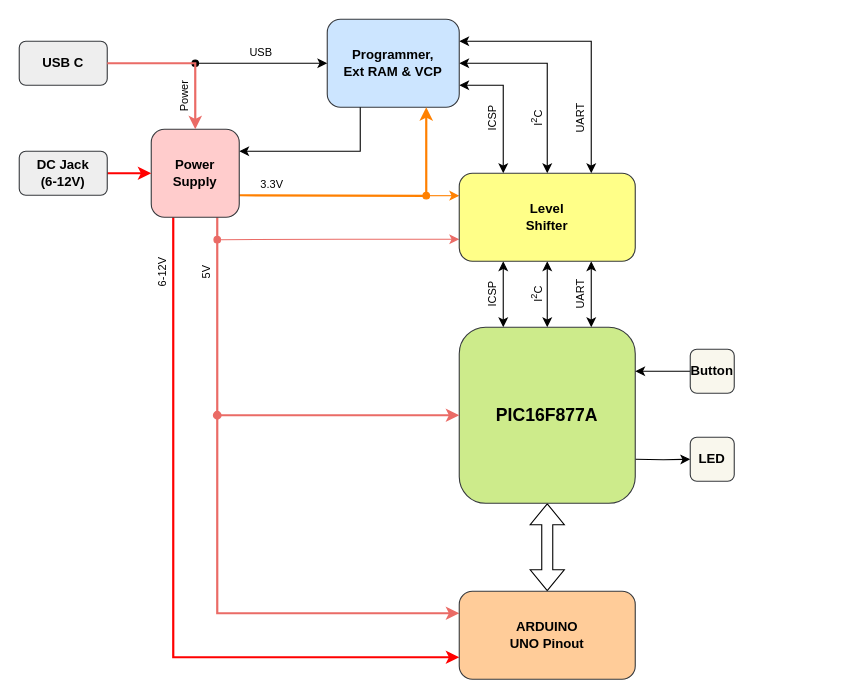
The draw.io diagram Docs/Diagram.drawio in sampidevkit/PIC16FDevKit, before the edit. Source tidied: cells renumbered, new cells numbered last; positions are measured from the earlier drawing's top-left corner, leaving out a move shared by most shapes. Both pictures are drawn from the tidied source at 110%, with x=0, y=0 at pixel (19, 19).
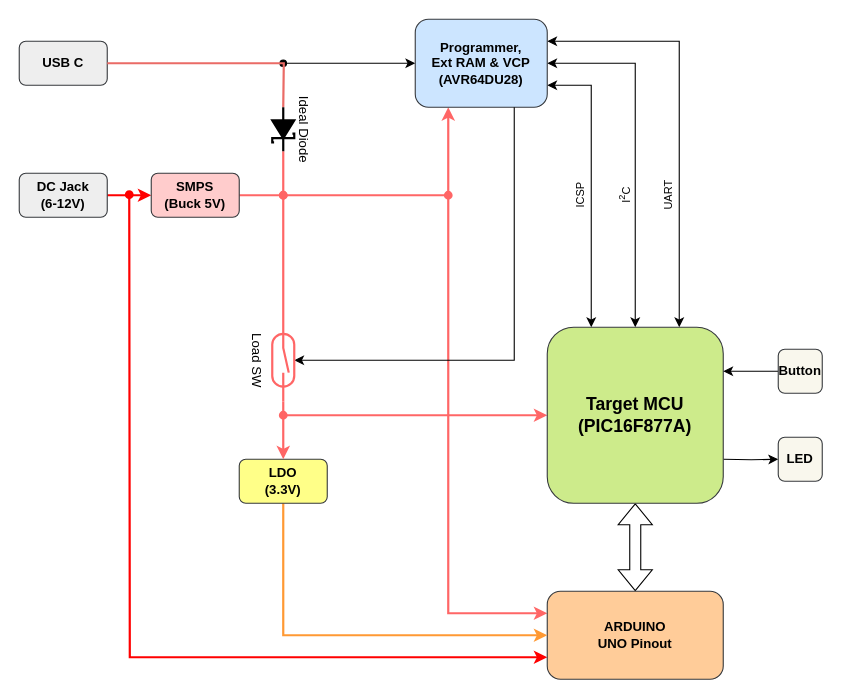
Above is the later version.

The change refers to these unchanged cells:
```xml
<mxCell id="2" value="USB C" style="rounded=1;whiteSpace=wrap;html=1;fontStyle=1;fillColor=#eeeeee;strokeColor=#36393d;" parent="1" vertex="1">
  <mxGeometry y="20" width="80" height="40" as="geometry" />
</mxCell>
```

Diff of the diagram source:
```diff
@@
-    <mxCell id="3" style="edgeStyle=orthogonalEdgeStyle;rounded=0;jettySize=auto;html=1;exitX=1;exitY=0.25;exitDx=0;exitDy=0;entryX=0;entryY=0.25;entryDx=0;entryDy=0;startArrow=classic;startFill=1;" parent="1" edge="1" source="6" target="12">
+    <mxCell id="3" style="edgeStyle=orthogonalEdgeStyle;rounded=0;jettySize=auto;html=1;exitX=1;exitY=0.25;exitDx=0;exitDy=0;entryX=0.75;entryY=0;entryDx=0;entryDy=0;startArrow=classic;startFill=1;" parent="1" edge="1" source="6" target="15">
       <mxGeometry relative="1" as="geometry" />
     </mxCell>
-    <mxCell id="4" style="edgeStyle=orthogonalEdgeStyle;rounded=0;jettySize=auto;html=1;exitX=1;exitY=0.5;exitDx=0;exitDy=0;entryX=0;entryY=0.5;entryDx=0;entryDy=0;startArrow=classic;startFill=1;" parent="1" edge="1" source="6" target="12">
+    <mxCell id="4" style="edgeStyle=orthogonalEdgeStyle;rounded=0;jettySize=auto;html=1;exitX=1;exitY=0.5;exitDx=0;exitDy=0;entryX=0.5;entryY=0;entryDx=0;entryDy=0;startArrow=classic;startFill=1;" parent="1" edge="1" source="6" target="15">
       <mxGeometry relative="1" as="geometry" />
     </mxCell>
-    <mxCell id="5" style="edgeStyle=orthogonalEdgeStyle;rounded=0;jettySize=auto;html=1;exitX=1;exitY=0.75;exitDx=0;exitDy=0;entryX=0;entryY=0.75;entryDx=0;entryDy=0;startArrow=classic;startFill=1;" parent="1" edge="1" source="6" target="12">
+    <mxCell id="5" style="edgeStyle=orthogonalEdgeStyle;rounded=0;jettySize=auto;html=1;exitX=1;exitY=0.75;exitDx=0;exitDy=0;entryX=0.25;entryY=0;entryDx=0;entryDy=0;startArrow=classic;startFill=1;" parent="1" edge="1" source="6" target="15">
       <mxGeometry relative="1" as="geometry" />
     </mxCell>
+    <mxCell id="41" style="edgeStyle=orthogonalEdgeStyle;rounded=0;jettySize=auto;html=1;endArrow=oval;endFill=1;startArrow=classic;startFill=1;" parent="1" edge="1" source="6">
+      <mxGeometry relative="1" as="geometry">
+        <mxPoint x="240" y="40" as="targetPoint" />
+      </mxGeometry>
+    </mxCell>
+    <mxCell id="42" style="edgeStyle=orthogonalEdgeStyle;rounded=0;jettySize=auto;html=1;exitX=0.25;exitY=1;exitDx=0;exitDy=0;endArrow=oval;endFill=1;startArrow=classic;startFill=1;strokeWidth=2;strokeColor=#FF6666;" parent="1" edge="1" source="6">
+      <mxGeometry relative="1" as="geometry">
+        <mxPoint x="240" y="160" as="targetPoint" />
+        <Array as="points">
+          <mxPoint x="390" y="160" />
+        </Array>
+      </mxGeometry>
+    </mxCell>
-    <mxCell id="6" value="&lt;div&gt;Programmer,&lt;/div&gt;&lt;div&gt;&lt;span style=&quot;background-color: initial;&quot;&gt;Ext RAM &amp;amp; VCP&lt;/span&gt;&lt;/div&gt;" style="rounded=1;whiteSpace=wrap;html=1;fontStyle=1;fillColor=#cce5ff;strokeColor=#36393d;" parent="1" vertex="1">
-      <mxGeometry x="280" width="120" height="80" as="geometry" />
+    <mxCell id="6" value="&lt;div&gt;Programmer,&lt;/div&gt;&lt;div&gt;&lt;span style=&quot;background-color: initial;&quot;&gt;Ext RAM &amp;amp; VCP&lt;/span&gt;&lt;/div&gt;&lt;div&gt;&lt;span style=&quot;background-color: initial;&quot;&gt;(AVR64DU28)&lt;/span&gt;&lt;/div&gt;" style="rounded=1;whiteSpace=wrap;html=1;fontStyle=1;fillColor=#cce5ff;strokeColor=#36393d;" parent="1" vertex="1">
+      <mxGeometry x="360" width="120" height="80" as="geometry" />
     </mxCell>
-    <mxCell id="7" style="edgeStyle=orthogonalEdgeStyle;rounded=0;jettySize=auto;html=1;exitX=1;exitY=0.75;exitDx=0;exitDy=0;entryX=0.25;entryY=0;entryDx=0;entryDy=0;startArrow=classic;startFill=1;" parent="1" edge="1" source="12" target="15">
-      <mxGeometry relative="1" as="geometry" />
-    </mxCell>
-    <mxCell id="8" style="edgeStyle=orthogonalEdgeStyle;rounded=0;jettySize=auto;html=1;entryX=0.5;entryY=0;entryDx=0;entryDy=0;startArrow=classic;startFill=1;" parent="1" edge="1" source="12" target="15">
-      <mxGeometry relative="1" as="geometry" />
-    </mxCell>
-    <mxCell id="9" style="edgeStyle=orthogonalEdgeStyle;rounded=0;jettySize=auto;html=1;exitX=1;exitY=0.25;exitDx=0;exitDy=0;entryX=0.75;entryY=0;entryDx=0;entryDy=0;startArrow=classic;startFill=1;" parent="1" edge="1" source="12" target="15">
-      <mxGeometry relative="1" as="geometry" />
-    </mxCell>
-    <mxCell id="10" style="edgeStyle=orthogonalEdgeStyle;rounded=0;jettySize=auto;html=1;exitX=0.25;exitY=1;exitDx=0;exitDy=0;entryX=0.25;entryY=1;entryDx=0;entryDy=0;strokeColor=#FF8000;startArrow=oval;startFill=1;" parent="1" edge="1" target="12">
-      <mxGeometry relative="1" as="geometry">
-        <mxPoint x="370" y="160.4" as="sourcePoint" />
-      </mxGeometry>
-    </mxCell>
-    <mxCell id="11" style="edgeStyle=orthogonalEdgeStyle;rounded=0;jettySize=auto;html=1;exitX=0.75;exitY=1;exitDx=0;exitDy=0;endArrow=oval;endFill=1;startArrow=classic;startFill=1;strokeColor=#EA6B66;" parent="1" edge="1" source="12">
-      <mxGeometry relative="1" as="geometry">
-        <mxPoint x="180" y="200.4" as="targetPoint" />
-      </mxGeometry>
-    </mxCell>
-    <mxCell id="12" value="&lt;div&gt;Level&lt;/div&gt;&lt;div&gt;Shifter&lt;/div&gt;" style="rounded=1;whiteSpace=wrap;html=1;direction=south;fontStyle=1;fillColor=#ffff88;strokeColor=#36393d;" parent="1" vertex="1">
-      <mxGeometry x="400" y="140" width="160" height="80" as="geometry" />
-    </mxCell>
     <mxCell id="13" style="edgeStyle=orthogonalEdgeStyle;rounded=0;jettySize=auto;html=1;exitX=1;exitY=0.75;exitDx=0;exitDy=0;entryX=0;entryY=0.5;entryDx=0;entryDy=0;" parent="1" edge="1" target="19">
       <mxGeometry relative="1" as="geometry">
-        <mxPoint x="560" y="400" as="sourcePoint" />
+        <mxPoint x="640" y="400" as="sourcePoint" />
       </mxGeometry>
     </mxCell>
@@
+    <mxCell id="43" style="edgeStyle=orthogonalEdgeStyle;rounded=0;jettySize=auto;html=1;strokeWidth=2;endArrow=oval;endFill=1;startArrow=classic;startFill=1;strokeColor=#FF6666;" parent="1" edge="1" source="15">
+      <mxGeometry relative="1" as="geometry">
+        <mxPoint x="240" y="360" as="targetPoint" />
+      </mxGeometry>
+    </mxCell>
-    <mxCell id="15" value="&lt;div&gt;&lt;font style=&quot;font-size: 16px;&quot;&gt;PIC16F877A&lt;/font&gt;&lt;/div&gt;" style="rounded=1;whiteSpace=wrap;html=1;fontStyle=1;fillColor=#cdeb8b;strokeColor=#36393d;" parent="1" vertex="1">
-      <mxGeometry x="400" y="280" width="160" height="160" as="geometry" />
+    <mxCell id="15" value="&lt;div&gt;&lt;font style=&quot;font-size: 16px;&quot;&gt;Target MCU&lt;/font&gt;&lt;/div&gt;&lt;div&gt;&lt;font style=&quot;font-size: 16px;&quot;&gt;(PIC16F877A)&lt;/font&gt;&lt;/div&gt;" style="rounded=1;whiteSpace=wrap;html=1;fontStyle=1;fillColor=#cdeb8b;strokeColor=#36393d;" parent="1" vertex="1">
+      <mxGeometry x="480" y="280" width="160" height="160" as="geometry" />
     </mxCell>
-    <mxCell id="16" style="edgeStyle=orthogonalEdgeStyle;rounded=0;jettySize=auto;html=1;entryX=0;entryY=0.25;entryDx=0;entryDy=0;startArrow=oval;startFill=1;strokeWidth=2;strokeColor=#EA6B66;" parent="1" edge="1" target="18">
-      <mxGeometry relative="1" as="geometry">
-        <mxPoint x="180" y="360" as="sourcePoint" />
-        <Array as="points">
-          <mxPoint x="180" y="540" />
-        </Array>
-      </mxGeometry>
-    </mxCell>
-    <mxCell id="17" style="edgeStyle=orthogonalEdgeStyle;rounded=0;jettySize=auto;html=1;exitX=0.25;exitY=1;exitDx=0;exitDy=0;entryX=0;entryY=0.75;entryDx=0;entryDy=0;strokeWidth=2;strokeColor=#FF0000;" parent="1" edge="1" source="26" target="18">
-      <mxGeometry relative="1" as="geometry" />
-    </mxCell>
+    <mxCell id="44" style="edgeStyle=orthogonalEdgeStyle;rounded=0;jettySize=auto;html=1;endArrow=oval;startFill=1;startArrow=classic;endFill=1;exitX=0;exitY=0.25;exitDx=0;exitDy=0;strokeWidth=2;strokeColor=#FF6666;" parent="1" edge="1" source="18">
+      <mxGeometry relative="1" as="geometry">
+        <mxPoint x="390" y="160" as="targetPoint" />
+        <Array as="points">
+          <mxPoint x="390" y="540" />
+        </Array>
+      </mxGeometry>
+    </mxCell>
+    <mxCell id="45" style="edgeStyle=orthogonalEdgeStyle;rounded=0;jettySize=auto;html=1;exitX=0;exitY=0.75;exitDx=0;exitDy=0;endArrow=oval;endFill=1;startArrow=classic;startFill=1;strokeWidth=2;strokeColor=#FF0000;" parent="1" edge="1" source="18">
+      <mxGeometry relative="1" as="geometry">
+        <mxPoint x="100" y="159.5" as="targetPoint" />
+      </mxGeometry>
+    </mxCell>
     <mxCell id="18" value="&lt;div&gt;ARDUINO&lt;/div&gt;&lt;div&gt;UNO Pinout&lt;/div&gt;" style="rounded=1;whiteSpace=wrap;html=1;fontStyle=1;fillColor=#ffcc99;strokeColor=#36393d;" parent="1" vertex="1">
-      <mxGeometry x="400" y="520" width="160" height="80" as="geometry" />
+      <mxGeometry x="480" y="520" width="160" height="80" as="geometry" />
     </mxCell>
     <mxCell id="19" value="&lt;div&gt;LED&lt;/div&gt;" style="rounded=1;whiteSpace=wrap;html=1;fontStyle=1;fillColor=#f9f7ed;strokeColor=#36393d;" parent="1" vertex="1">
-      <mxGeometry x="610" y="380" width="40" height="40" as="geometry" />
+      <mxGeometry x="690" y="380" width="40" height="40" as="geometry" />
     </mxCell>
     <mxCell id="20" style="edgeStyle=orthogonalEdgeStyle;rounded=0;jettySize=auto;html=1;entryX=1;entryY=0.25;entryDx=0;entryDy=0;" parent="1" edge="1" source="21">
       <mxGeometry relative="1" as="geometry">
-        <mxPoint x="560" y="320" as="targetPoint" />
+        <mxPoint x="640" y="320" as="targetPoint" />
       </mxGeometry>
     </mxCell>
     <mxCell id="21" value="&lt;div&gt;Button&lt;/div&gt;" style="rounded=1;whiteSpace=wrap;html=1;fontStyle=1;fillColor=#f9f7ed;strokeColor=#36393d;" parent="1" vertex="1">
-      <mxGeometry x="610" y="300" width="40" height="40" as="geometry" />
+      <mxGeometry x="690" y="300" width="40" height="40" as="geometry" />
     </mxCell>
-    <mxCell id="22" style="edgeStyle=orthogonalEdgeStyle;rounded=0;jettySize=auto;html=1;exitX=0;exitY=0.5;exitDx=0;exitDy=0;endArrow=oval;endFill=1;startArrow=classic;startFill=1;strokeWidth=1;strokeColor=#000000;" parent="1" edge="1" source="6">
-      <mxGeometry relative="1" as="geometry">
-        <mxPoint x="160" y="40" as="targetPoint" />
-      </mxGeometry>
-    </mxCell>
-    <mxCell id="23" style="edgeStyle=orthogonalEdgeStyle;rounded=0;jettySize=auto;html=1;entryX=0.75;entryY=1;entryDx=0;entryDy=0;strokeWidth=2;strokeColor=#FF8000;" parent="1" edge="1" target="6">
-      <mxGeometry relative="1" as="geometry">
-        <mxPoint x="200" y="160" as="sourcePoint" />
-      </mxGeometry>
-    </mxCell>
-    <mxCell id="24" style="edgeStyle=orthogonalEdgeStyle;rounded=0;jettySize=auto;html=1;exitX=0.25;exitY=1;exitDx=0;exitDy=0;entryX=1;entryY=0.25;entryDx=0;entryDy=0;" parent="1" edge="1" source="6" target="26">
-      <mxGeometry relative="1" as="geometry" />
-    </mxCell>
-    <mxCell id="25" style="edgeStyle=orthogonalEdgeStyle;rounded=0;jettySize=auto;html=1;entryX=0;entryY=0.5;entryDx=0;entryDy=0;exitX=0.75;exitY=1;exitDx=0;exitDy=0;strokeWidth=2;strokeColor=#EA6B66;" parent="1" edge="1" source="26" target="15">
-      <mxGeometry relative="1" as="geometry">
-        <Array as="points">
-          <mxPoint x="180" y="360" />
-        </Array>
-      </mxGeometry>
-    </mxCell>
-    <mxCell id="26" value="Power&lt;div&gt;Supply&lt;/div&gt;" style="rounded=1;whiteSpace=wrap;html=1;fontStyle=1;fillColor=#ffcccc;strokeColor=#36393d;" parent="1" vertex="1">
-      <mxGeometry x="120" y="100" width="80" height="80" as="geometry" />
-    </mxCell>
-    <mxCell id="27" style="edgeStyle=orthogonalEdgeStyle;rounded=0;jettySize=auto;html=1;entryX=0;entryY=0.5;entryDx=0;entryDy=0;strokeWidth=2;strokeColor=#FF0000;" parent="1" edge="1" source="28" target="26">
-      <mxGeometry relative="1" as="geometry" />
-    </mxCell>
+    <mxCell id="46" style="edgeStyle=orthogonalEdgeStyle;rounded=0;jettySize=auto;html=1;entryX=0;entryY=0.5;entryDx=0;entryDy=0;strokeWidth=2;strokeColor=#FF0000;" parent="1" edge="1" source="28" target="50">
+      <mxGeometry relative="1" as="geometry" />
+    </mxCell>
     <mxCell id="28" value="DC Jack&lt;div&gt;(6-12V)&lt;/div&gt;" style="rounded=1;whiteSpace=wrap;html=1;fontStyle=1;fillColor=#eeeeee;strokeColor=#36393d;" parent="1" vertex="1">
-      <mxGeometry y="120" width="80" height="40" as="geometry" />
+      <mxGeometry y="140" width="80" height="40" as="geometry" />
     </mxCell>
-    <mxCell id="29" style="edgeStyle=orthogonalEdgeStyle;rounded=0;jettySize=auto;html=1;strokeWidth=2;strokeColor=#EA6B66;entryX=0.5;entryY=0;entryDx=0;entryDy=0;" parent="1" edge="1" source="2" target="26">
-      <mxGeometry relative="1" as="geometry" />
+    <mxCell id="29" style="edgeStyle=orthogonalEdgeStyle;rounded=0;jettySize=auto;html=1;strokeWidth=2;strokeColor=#EA6B66;endArrow=none;startFill=0;" parent="1" edge="1" source="2">
+      <mxGeometry relative="1" as="geometry">
+        <mxPoint x="240" y="80" as="targetPoint" />
+      </mxGeometry>
     </mxCell>
-    <mxCell id="30" value="Power" style="text;html=1;align=center;verticalAlign=middle;whiteSpace=wrap;rounded=0;fontSize=10;rotation=-90;" parent="1" vertex="1">
-      <mxGeometry x="120" y="60" width="60" height="20" as="geometry" />
-    </mxCell>
-    <mxCell id="31" value="USB" style="text;html=1;align=center;verticalAlign=middle;whiteSpace=wrap;rounded=0;fontSize=10;rotation=0;" parent="1" vertex="1">
-      <mxGeometry x="190" y="20" width="60" height="20" as="geometry" />
-    </mxCell>
-    <mxCell id="32" value="5V" style="text;html=1;align=center;verticalAlign=middle;whiteSpace=wrap;rounded=0;fontSize=10;rotation=-90;" parent="1" vertex="1">
-      <mxGeometry x="140" y="220" width="60" height="20" as="geometry" />
-    </mxCell>
-    <mxCell id="33" value="6-12V" style="text;html=1;align=center;verticalAlign=middle;whiteSpace=wrap;rounded=0;fontSize=10;rotation=-90;" parent="1" vertex="1">
-      <mxGeometry x="100" y="220" width="60" height="20" as="geometry" />
-    </mxCell>
-    <mxCell id="34" value="3.3V" style="text;html=1;align=center;verticalAlign=middle;whiteSpace=wrap;rounded=0;fontSize=10;rotation=0;" parent="1" vertex="1">
-      <mxGeometry x="200" y="140" width="60" height="20" as="geometry" />
-    </mxCell>
     <mxCell id="35" value="ICSP" style="text;html=1;align=center;verticalAlign=middle;whiteSpace=wrap;rounded=0;fontSize=10;rotation=-90;" parent="1" vertex="1">
-      <mxGeometry x="400" y="80" width="60" height="20" as="geometry" />
+      <mxGeometry x="480" y="150" width="60" height="20" as="geometry" />
     </mxCell>
     <mxCell id="36" value="I&lt;sup&gt;2&lt;/sup&gt;C" style="text;html=1;align=center;verticalAlign=middle;whiteSpace=wrap;rounded=0;fontSize=10;rotation=-90;" parent="1" vertex="1">
-      <mxGeometry x="440" y="80" width="60" height="20" as="geometry" />
+      <mxGeometry x="520" y="150" width="60" height="20" as="geometry" />
     </mxCell>
     <mxCell id="37" value="UART" style="text;html=1;align=center;verticalAlign=middle;whiteSpace=wrap;rounded=0;fontSize=10;rotation=-90;" parent="1" vertex="1">
-      <mxGeometry x="480" y="80" width="60" height="20" as="geometry" />
+      <mxGeometry x="560" y="150" width="60" height="20" as="geometry" />
     </mxCell>
-    <mxCell id="38" value="ICSP" style="text;html=1;align=center;verticalAlign=middle;whiteSpace=wrap;rounded=0;fontSize=10;rotation=-90;" parent="1" vertex="1">
-      <mxGeometry x="400" y="240" width="60" height="20" as="geometry" />
-    </mxCell>
-    <mxCell id="39" value="I&lt;sup&gt;2&lt;/sup&gt;C" style="text;html=1;align=center;verticalAlign=middle;whiteSpace=wrap;rounded=0;fontSize=10;rotation=-90;" parent="1" vertex="1">
-      <mxGeometry x="440" y="240" width="60" height="20" as="geometry" />
-    </mxCell>
-    <mxCell id="40" value="UART" style="text;html=1;align=center;verticalAlign=middle;whiteSpace=wrap;rounded=0;fontSize=10;rotation=-90;" parent="1" vertex="1">
-      <mxGeometry x="480" y="240" width="60" height="20" as="geometry" />
-    </mxCell>
+    <mxCell id="47" style="edgeStyle=orthogonalEdgeStyle;rounded=0;jettySize=auto;html=1;strokeWidth=2;endArrow=oval;endFill=1;strokeColor=#FF6666;" parent="1" edge="1" source="48">
+      <mxGeometry relative="1" as="geometry">
+        <mxPoint x="240" y="160" as="targetPoint" />
+      </mxGeometry>
+    </mxCell>
+    <mxCell id="48" value="Ideal Diode" style="fillColor=strokeColor;verticalLabelPosition=top;shadow=0;dashed=0;align=center;html=1;verticalAlign=bottom;shape=mxgraph.electrical.diodes.schottky_diode;strokeWidth=2;labelPosition=center;rotation=90;" parent="1" vertex="1">
+      <mxGeometry x="220" y="90" width="40" height="20" as="geometry" />
+    </mxCell>
+    <mxCell id="49" style="edgeStyle=orthogonalEdgeStyle;rounded=0;jettySize=auto;html=1;endArrow=none;startFill=0;strokeWidth=2;strokeColor=#FF6666;entryX=0;entryY=0.5;entryDx=0;entryDy=0;" parent="1" edge="1" source="50" target="55">
+      <mxGeometry relative="1" as="geometry" />
+    </mxCell>
+    <mxCell id="50" value="SMPS&lt;div&gt;(Buck 5V)&lt;/div&gt;" style="rounded=1;whiteSpace=wrap;html=1;fontStyle=1;fillColor=#ffcccc;strokeColor=#36393d;" parent="1" vertex="1">
+      <mxGeometry x="120" y="140" width="80" height="40" as="geometry" />
+    </mxCell>
+    <mxCell id="51" style="edgeStyle=orthogonalEdgeStyle;rounded=0;jettySize=auto;html=1;entryX=0;entryY=0.5;entryDx=0;entryDy=0;strokeColor=#FF9933;strokeWidth=2;" parent="1" edge="1" source="52" target="18">
+      <mxGeometry relative="1" as="geometry">
+        <Array as="points">
+          <mxPoint x="240" y="560" />
+        </Array>
+      </mxGeometry>
+    </mxCell>
+    <mxCell id="52" value="LDO&lt;div&gt;(3.3V)&lt;/div&gt;" style="rounded=1;whiteSpace=wrap;html=1;fontStyle=1;fillColor=#ffff88;strokeColor=#36393d;" parent="1" vertex="1">
+      <mxGeometry x="200" y="400" width="80" height="40" as="geometry" />
+    </mxCell>
+    <mxCell id="53" style="edgeStyle=orthogonalEdgeStyle;rounded=0;jettySize=auto;html=1;exitX=1;exitY=0.5;exitDx=0;exitDy=0;entryX=0.5;entryY=0;entryDx=0;entryDy=0;strokeWidth=2;strokeColor=#FF6666;" parent="1" edge="1" source="55" target="52">
+      <mxGeometry relative="1" as="geometry" />
+    </mxCell>
+    <mxCell id="54" style="edgeStyle=orthogonalEdgeStyle;rounded=0;jettySize=auto;html=1;entryX=0.75;entryY=1;entryDx=0;entryDy=0;endArrow=none;startFill=1;startArrow=classic;" parent="1" edge="1" source="55" target="6">
+      <mxGeometry relative="1" as="geometry" />
+    </mxCell>
+    <mxCell id="55" value="Load SW" style="verticalLabelPosition=bottom;shadow=0;dashed=0;align=center;html=1;verticalAlign=top;shape=mxgraph.electrical.electro-mechanical.reedSwitch2;elSwitchState=off;rotation=90;strokeWidth=2;strokeColor=#FF6666;" parent="1" vertex="1">
+      <mxGeometry x="202.5" y="300" width="75" height="20" as="geometry" />
+    </mxCell>
```
